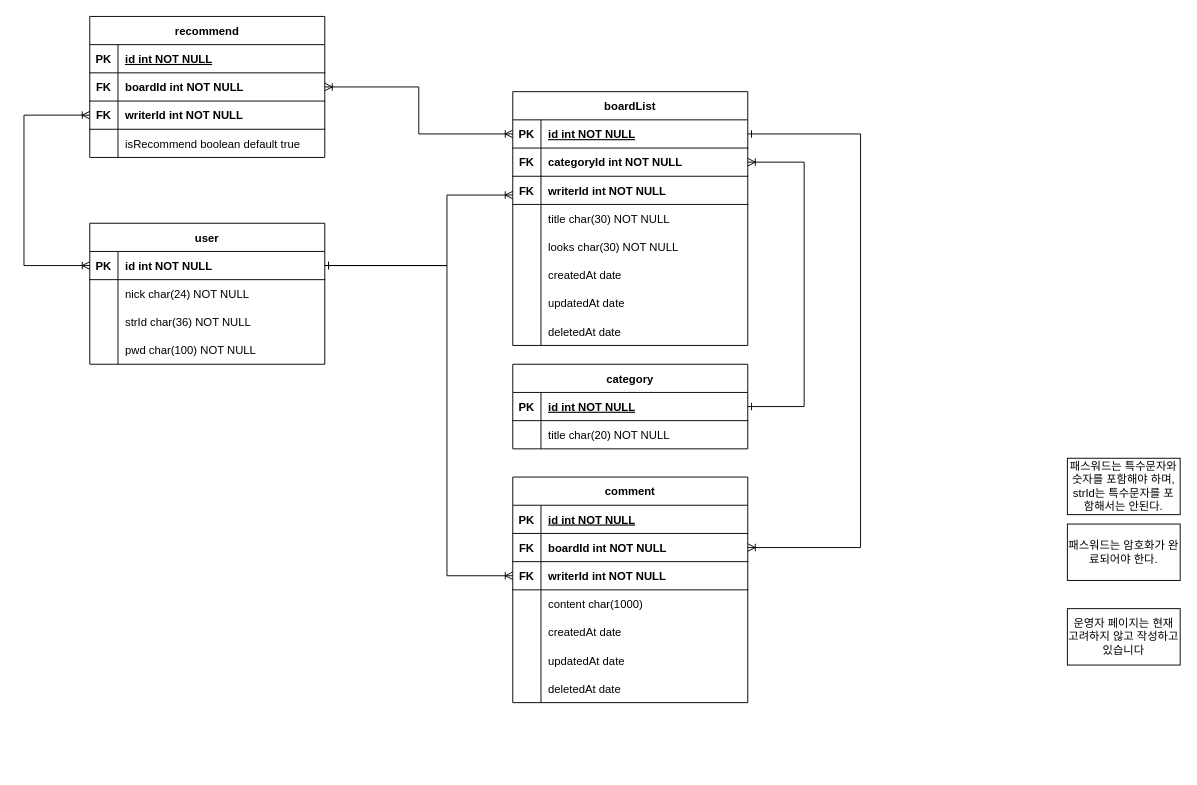
Before: board_diagram.drawio in web5-kimgangmoon/personalFreeStudy_next, a draw.io diagram. Source tidied: cells renumbered, new cells numbered last; positions are measured from the earlier drawing's top-left corner, leaving out a move shared by most shapes. Both pictures are drawn from the tidied source at 94%, with x=0, y=0 at pixel (24, 16).
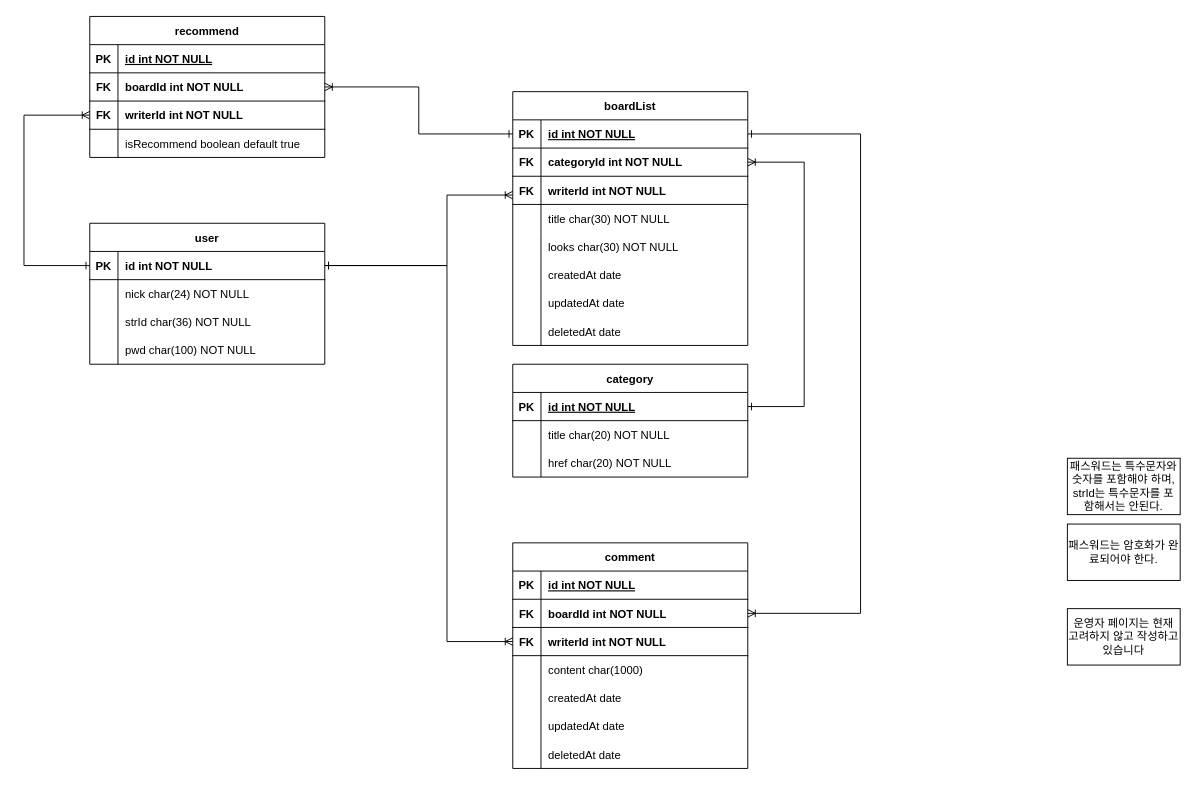
Above is the later version.

Unchanged cells that the change refers to:
```xml
<mxCell id="6" style="shape=partialRectangle;fillColor=none;points=[[0,0.5],[1,0.5]];portConstraint=eastwest;top=0;left=0;right=0;bottom=1;" parent="2" vertex="1">
  <mxGeometry y="60" width="250" height="30" as="geometry" />
</mxCell>
<mxCell id="9" style="shape=partialRectangle;fillColor=none;points=[[0,0.5],[1,0.5]];portConstraint=eastwest;top=0;left=0;right=0;bottom=1;" parent="2" vertex="1">
  <mxGeometry y="90" width="250" height="30" as="geometry" />
</mxCell>
<mxCell id="16" style="shape=partialRectangle;fillColor=none;points=[[0,0.5],[1,0.5]];portConstraint=eastwest;top=0;left=0;right=0;bottom=1;" parent="15" vertex="1">
  <mxGeometry y="30" width="250" height="30" as="geometry" />
</mxCell>
<mxCell id="29" style="shape=partialRectangle;fillColor=none;points=[[0,0.5],[1,0.5]];portConstraint=eastwest;top=0;left=0;right=0;bottom=1;" parent="28" vertex="1">
  <mxGeometry y="30" width="250" height="30" as="geometry" />
</mxCell>
```

Change to the diagram source:
```diff
@@
     <mxCell id="53" value="category" style="shape=table;startSize=30;childLayout=tableLayout;rowLines=0;fontStyle=1;align=center;" parent="1" vertex="1">
-      <mxGeometry x="520" y="370" width="250" height="90" as="geometry" />
+      <mxGeometry x="520" y="370" width="250" height="120" as="geometry" />
     </mxCell>
@@
+    <mxCell id="91" style="shape=partialRectangle;fillColor=none;top=0;left=0;right=0;bottom=0;" parent="53" vertex="1">
+      <mxGeometry y="90" width="250" height="30" as="geometry" />
+    </mxCell>
+    <mxCell id="92" style="shape=partialRectangle;overflow=hidden;fillColor=none;top=0;left=0;bottom=0;right=0;" parent="91" vertex="1">
+      <mxGeometry width="30" height="30" as="geometry" />
+    </mxCell>
+    <mxCell id="93" value="href char(20) NOT NULL" style="shape=partialRectangle;overflow=hidden;fillColor=none;top=0;left=0;bottom=0;right=0;align=left;spacingLeft=6;" parent="91" vertex="1">
+      <mxGeometry x="30" width="220" height="30" as="geometry" />
+    </mxCell>
@@
-    <mxCell id="65" style="edgeStyle=elbowEdgeStyle;rounded=0;jettySize=auto;html=1;endArrow=ERoneToMany;endFill=0;startArrow=ERoneToMany;startFill=0;" parent="1" edge="1" source="16" target="9">
+    <mxCell id="65" style="edgeStyle=elbowEdgeStyle;rounded=0;jettySize=auto;html=1;endArrow=ERoneToMany;endFill=0;startArrow=ERone;startFill=0;" parent="1" edge="1" source="16" target="9">
       <mxGeometry relative="1" as="geometry">
         <Array as="points">
           <mxPoint y="170" />
           <mxPoint x="390" y="220" />
         </Array>
       </mxGeometry>
     </mxCell>
-    <mxCell id="66" style="edgeStyle=elbowEdgeStyle;rounded=0;jettySize=auto;html=1;endArrow=ERoneToMany;endFill=0;startArrow=ERoneToMany;startFill=0;" parent="1" edge="1" source="29" target="6">
+    <mxCell id="66" style="edgeStyle=elbowEdgeStyle;rounded=0;jettySize=auto;html=1;endArrow=ERoneToMany;endFill=0;startArrow=ERone;startFill=0;" parent="1" edge="1" source="29" target="6">
       <mxGeometry relative="1" as="geometry">
         <Array as="points">
           <mxPoint x="420" y="100" />
           <mxPoint x="400" y="240" />
         </Array>
       </mxGeometry>
     </mxCell>
     <mxCell id="67" value="comment" style="shape=table;startSize=30;childLayout=tableLayout;rowLines=0;fontStyle=1;align=center;" parent="1" vertex="1">
-      <mxGeometry x="520" y="490" width="250" height="240" as="geometry" />
+      <mxGeometry x="520" y="560" width="250" height="240" as="geometry" />
     </mxCell>
```
